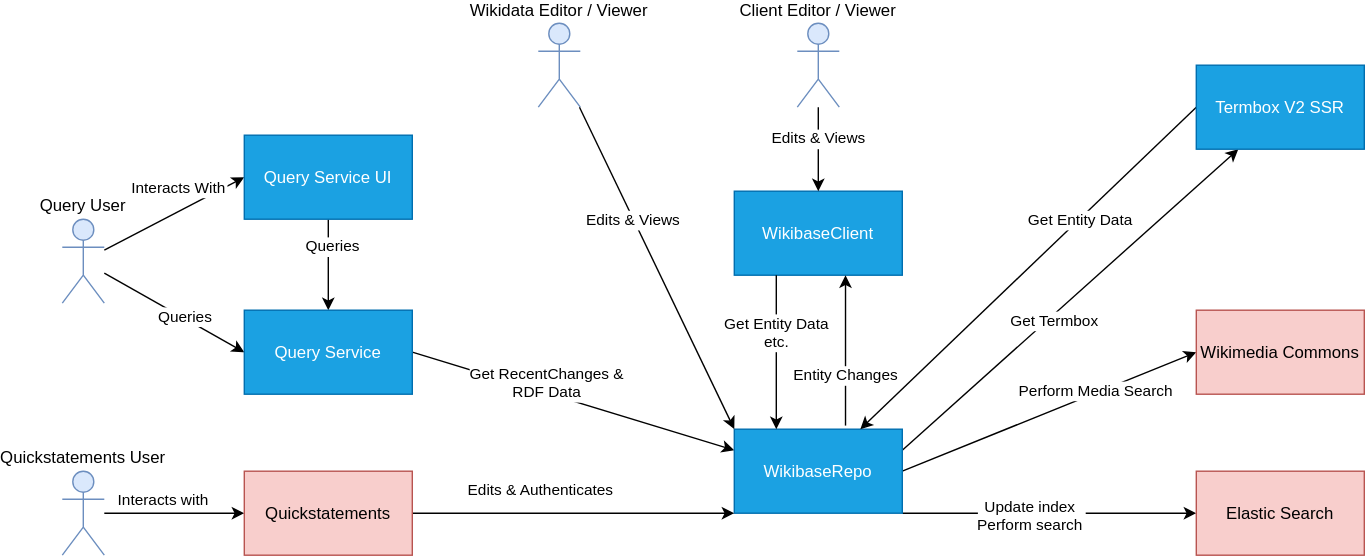
The draw.io diagram systems/overview/diagrams/05-overall.drawio.svg in wmde/wikidata-wikibase-architecture, before a commit. Source tidied: cells renumbered, new cells last; positions are measured from the earlier drawing's top-left corner, leaving out a move shared by most shapes.
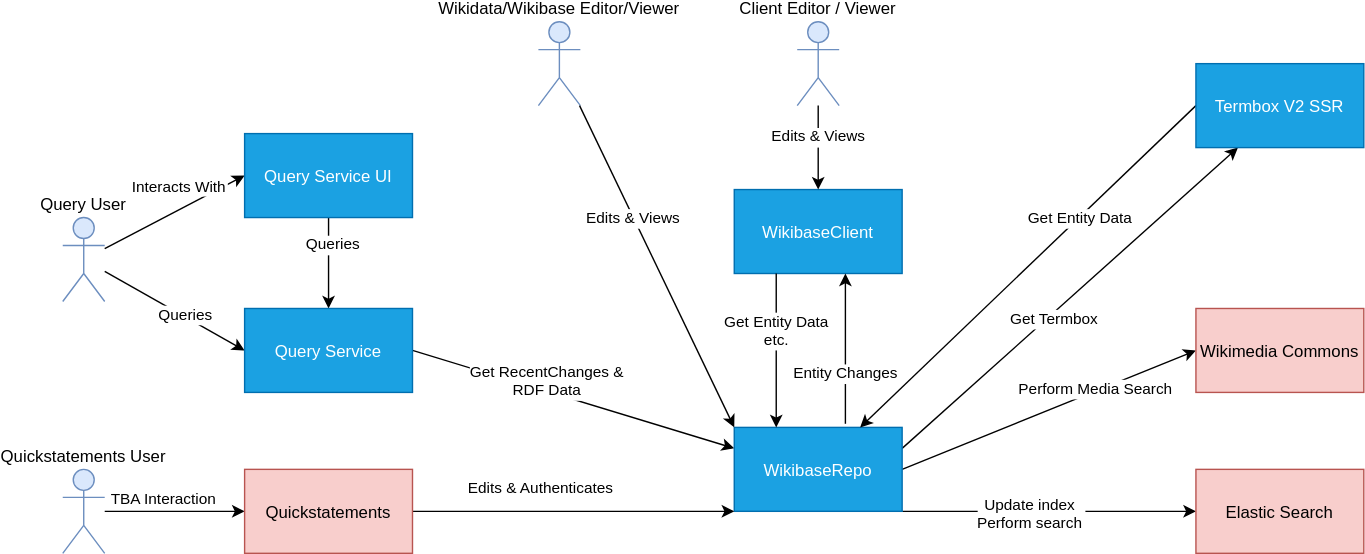
After the commit.

Change to the diagram source:
```diff
@@ -109,7 +109,7 @@
     <mxCell id="32" value="WikibaseClient" style="rounded=0;fillColor=#1ba1e2;strokeColor=#006EAF;fontColor=#ffffff;" parent="1" vertex="1">
       <mxGeometry x="480" y="120" width="120" height="60" as="geometry" />
     </mxCell>
-    <mxCell id="33" value="Wikidata Editor / Viewer" style="shape=umlActor;verticalLabelPosition=top;verticalAlign=bottom;outlineConnect=0;fillColor=#dae8fc;strokeColor=#6c8ebf;labelPosition=center;align=center;" parent="1" vertex="1">
+    <mxCell id="33" value="Wikidata/Wikibase Editor/Viewer" style="shape=umlActor;verticalLabelPosition=top;verticalAlign=bottom;outlineConnect=0;fillColor=#dae8fc;strokeColor=#6c8ebf;labelPosition=center;align=center;" parent="1" vertex="1">
       <mxGeometry x="340" width="30" height="60" as="geometry" />
     </mxCell>
     <mxCell id="34" style="rounded=0;jettySize=auto;html=1;entryX=0;entryY=0;entryDx=0;entryDy=0;" parent="1" edge="1" source="33" target="23">
```
